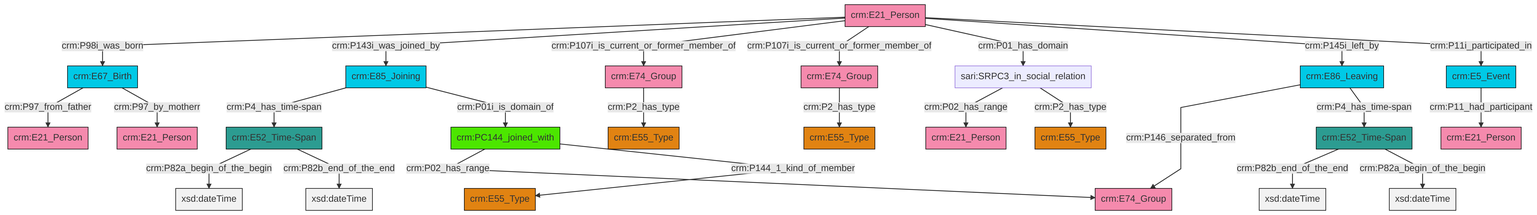
The Mermaid diagram et/personCSV/ttl/mmd/png/Person_Actor_Relations.png in swiss-art-research-net/reference-data-models, before a commit. Its source is kept beside it as et/personCSV/ttl/mmd/Person_Actor_Relations.ttl.mmd.
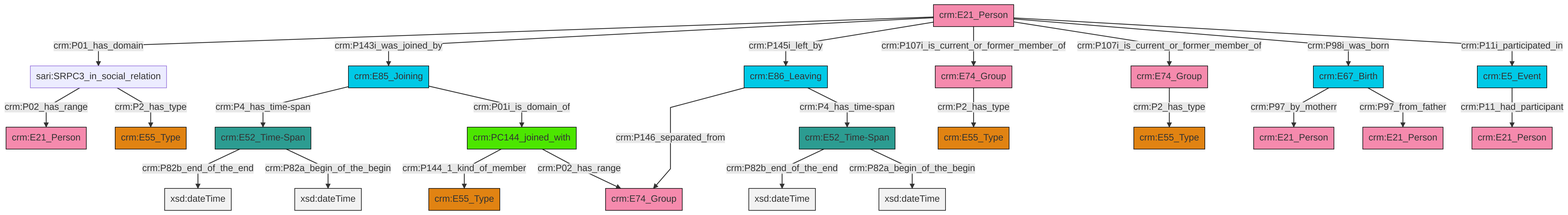
After the change.

Change to the diagram source:
```diff
@@ -13,27 +13,27 @@
 classDef PC_Classes fill:#4ce600, stroke:#000000;
 classDef Multi fill:#cccccc,stroke:#000000;
 
-0["crm:E67_Birth"]:::Temporal_Entity -->|crm:P97_from_father| 1["crm:E21_Person"]:::Actor
-6["crm:E85_Joining"]:::Temporal_Entity -->|crm:P4_has_time-span| 7["crm:E52_Time-Span"]:::Time-Span
-7["crm:E52_Time-Span"]:::Time-Span -->|crm:P82a_begin_of_the_begin| 8[xsd:dateTime]:::Literal
-9["crm:E21_Person"]:::Actor -->|crm:P98i_was_born| 0["crm:E67_Birth"]:::Temporal_Entity
-10["sari:SRPC3_in_social_relation"]:::Default -->|crm:P02_has_range| 11["crm:E21_Person"]:::Actor
-16["crm:E5_Event"]:::Temporal_Entity -->|crm:P11_had_participant| 17["crm:E21_Person"]:::Actor
-9["crm:E21_Person"]:::Actor -->|crm:P143i_was_joined_by| 6["crm:E85_Joining"]:::Temporal_Entity
+0["crm:E52_Time-Span"]:::Time-Span -->|crm:P82b_end_of_the_end| 1[xsd:dateTime]:::Literal
+2["sari:SRPC3_in_social_relation"]:::Default -->|crm:P02_has_range| 3["crm:E21_Person"]:::Actor
+4["crm:E21_Person"]:::Actor -->|crm:P01_has_domain| 2["sari:SRPC3_in_social_relation"]:::Default
+7["crm:PC144_joined_with"]:::PC_Classes -->|crm:P144_1_kind_of_member| 8["crm:E55_Type"]:::Type
+4["crm:E21_Person"]:::Actor -->|crm:P143i_was_joined_by| 11["crm:E85_Joining"]:::Temporal_Entity
+0["crm:E52_Time-Span"]:::Time-Span -->|crm:P82a_begin_of_the_begin| 14[xsd:dateTime]:::Literal
+4["crm:E21_Person"]:::Actor -->|crm:P145i_left_by| 24["crm:E86_Leaving"]:::Temporal_Entity
+7["crm:PC144_joined_with"]:::PC_Classes -->|crm:P02_has_range| 25["crm:E74_Group"]:::Actor
+26["crm:E67_Birth"]:::Temporal_Entity -->|crm:P97_by_motherr| 22["crm:E21_Person"]:::Actor
 24["crm:E86_Leaving"]:::Temporal_Entity -->|crm:P146_separated_from| 25["crm:E74_Group"]:::Actor
-26["crm:E74_Group"]:::Actor -->|crm:P2_has_type| 4["crm:E55_Type"]:::Type
-7["crm:E52_Time-Span"]:::Time-Span -->|crm:P82b_end_of_the_end| 27[xsd:dateTime]:::Literal
-0["crm:E67_Birth"]:::Temporal_Entity -->|crm:P97_by_motherr| 30["crm:E21_Person"]:::Actor
-9["crm:E21_Person"]:::Actor -->|crm:P107i_is_current_or_former_member_of| 14["crm:E74_Group"]:::Actor
-9["crm:E21_Person"]:::Actor -->|crm:P107i_is_current_or_former_member_of| 26["crm:E74_Group"]:::Actor
-33["crm:PC144_joined_with"]:::PC_Classes -->|crm:P02_has_range| 25["crm:E74_Group"]:::Actor
-9["crm:E21_Person"]:::Actor -->|crm:P01_has_domain| 10["sari:SRPC3_in_social_relation"]:::Default
-6["crm:E85_Joining"]:::Temporal_Entity -->|crm:P01i_is_domain_of| 33["crm:PC144_joined_with"]:::PC_Classes
-33["crm:PC144_joined_with"]:::PC_Classes -->|crm:P144_1_kind_of_member| 2["crm:E55_Type"]:::Type
-10["sari:SRPC3_in_social_relation"]:::Default -->|crm:P2_has_type| 39["crm:E55_Type"]:::Type
-9["crm:E21_Person"]:::Actor -->|crm:P145i_left_by| 24["crm:E86_Leaving"]:::Temporal_Entity
-18["crm:E52_Time-Span"]:::Time-Span -->|crm:P82b_end_of_the_end| 41[xsd:dateTime]:::Literal
-14["crm:E74_Group"]:::Actor -->|crm:P2_has_type| 28["crm:E55_Type"]:::Type
-9["crm:E21_Person"]:::Actor -->|crm:P11i_participated_in| 16["crm:E5_Event"]:::Temporal_Entity
-18["crm:E52_Time-Span"]:::Time-Span -->|crm:P82a_begin_of_the_begin| 42[xsd:dateTime]:::Literal
-24["crm:E86_Leaving"]:::Temporal_Entity -->|crm:P4_has_time-span| 18["crm:E52_Time-Span"]:::Time-Span
+11["crm:E85_Joining"]:::Temporal_Entity -->|crm:P4_has_time-span| 12["crm:E52_Time-Span"]:::Time-Span
+28["crm:E74_Group"]:::Actor -->|crm:P2_has_type| 29["crm:E55_Type"]:::Type
+4["crm:E21_Person"]:::Actor -->|crm:P107i_is_current_or_former_member_of| 28["crm:E74_Group"]:::Actor
+2["sari:SRPC3_in_social_relation"]:::Default -->|crm:P2_has_type| 31["crm:E55_Type"]:::Type
+12["crm:E52_Time-Span"]:::Time-Span -->|crm:P82b_end_of_the_end| 33[xsd:dateTime]:::Literal
+5["crm:E5_Event"]:::Temporal_Entity -->|crm:P11_had_participant| 17["crm:E21_Person"]:::Actor
+26["crm:E67_Birth"]:::Temporal_Entity -->|crm:P97_from_father| 9["crm:E21_Person"]:::Actor
+11["crm:E85_Joining"]:::Temporal_Entity -->|crm:P01i_is_domain_of| 7["crm:PC144_joined_with"]:::PC_Classes
+35["crm:E74_Group"]:::Actor -->|crm:P2_has_type| 19["crm:E55_Type"]:::Type
+4["crm:E21_Person"]:::Actor -->|crm:P107i_is_current_or_former_member_of| 35["crm:E74_Group"]:::Actor
+24["crm:E86_Leaving"]:::Temporal_Entity -->|crm:P4_has_time-span| 0["crm:E52_Time-Span"]:::Time-Span
+4["crm:E21_Person"]:::Actor -->|crm:P98i_was_born| 26["crm:E67_Birth"]:::Temporal_Entity
+4["crm:E21_Person"]:::Actor -->|crm:P11i_participated_in| 5["crm:E5_Event"]:::Temporal_Entity
+12["crm:E52_Time-Span"]:::Time-Span -->|crm:P82a_begin_of_the_begin| 43[xsd:dateTime]:::Literal
```
